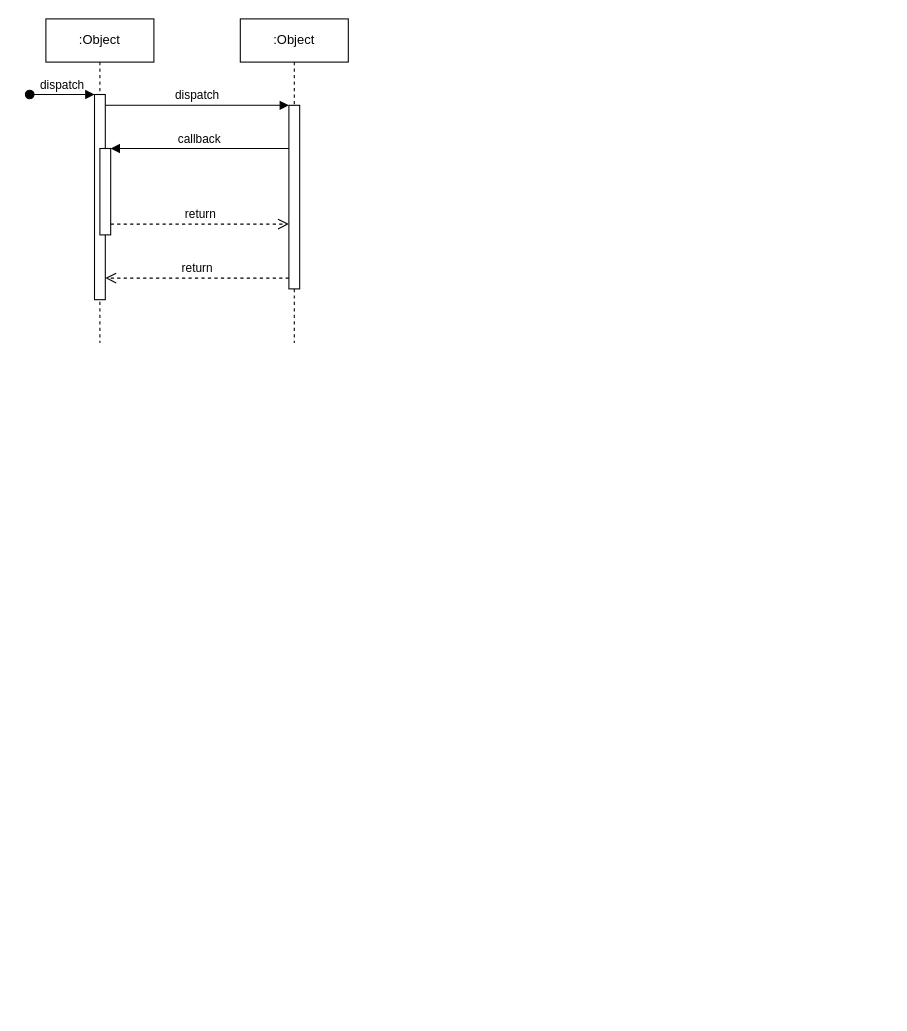
MasirikaConstantin/Projet_Mobile_L3LMD keeps this draw.io diagram as programmation_mobile.drawio. Above is the earlier version. Source tidied: cells renumbered, new cells numbered last; positions are measured from the earlier drawing's top-left corner, leaving out a move shared by most shapes. Both pictures are drawn from the tidied source at 108%, with x=0, y=0 at pixel (29, 18).
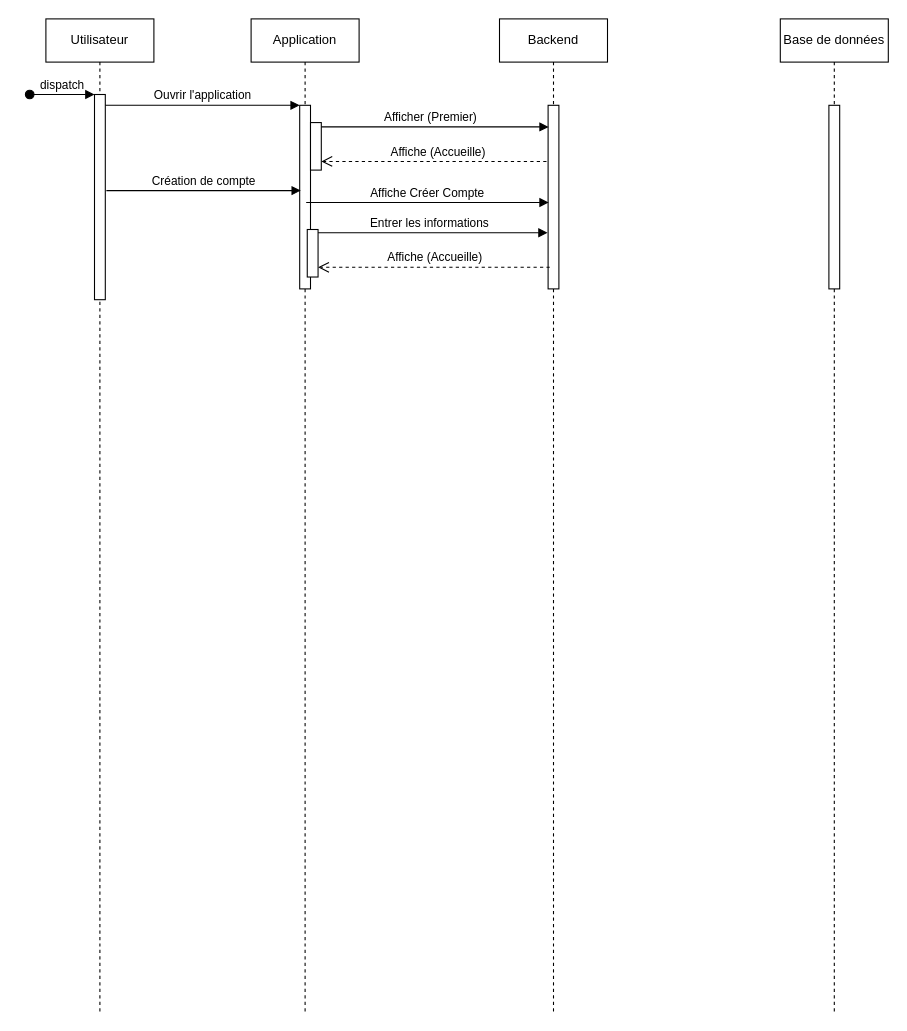
The same page after the edit.

Commit message (it also covers changes not shown here):
Mettre à jour programmation_mobile.drawio

Unchanged cells that the change refers to:
```xml
<mxCell id="3" style="html=1;points=[];perimeter=orthogonalPerimeter;outlineConnect=0;targetShapes=umlLifeline;portConstraint=eastwest;newEdgeStyle={&quot;edgeStyle&quot;:&quot;elbowEdgeStyle&quot;,&quot;elbow&quot;:&quot;vertical&quot;,&quot;curved&quot;:0,&quot;rounded&quot;:0};" parent="2" vertex="1">
  <mxGeometry x="45" y="70" width="10" height="190" as="geometry" />
</mxCell>
<mxCell id="7" style="html=1;points=[];perimeter=orthogonalPerimeter;outlineConnect=0;targetShapes=umlLifeline;portConstraint=eastwest;newEdgeStyle={&quot;edgeStyle&quot;:&quot;elbowEdgeStyle&quot;,&quot;elbow&quot;:&quot;vertical&quot;,&quot;curved&quot;:0,&quot;rounded&quot;:0};" parent="6" vertex="1">
  <mxGeometry x="45" y="80" width="10" height="170" as="geometry" />
</mxCell>
```

Diff of the diagram source:
```diff
@@
-    <mxCell id="2" value=":Object" style="shape=umlLifeline;perimeter=lifelinePerimeter;whiteSpace=wrap;html=1;newEdgeStyle={&quot;edgeStyle&quot;:&quot;elbowEdgeStyle&quot;,&quot;elbow&quot;:&quot;vertical&quot;,&quot;curved&quot;:0,&quot;rounded&quot;:0};" parent="1" vertex="1">
-      <mxGeometry x="15" width="100" height="300" as="geometry" />
+    <mxCell id="2" value="Utilisateur" style="shape=umlLifeline;perimeter=lifelinePerimeter;whiteSpace=wrap;html=1;newEdgeStyle={&quot;edgeStyle&quot;:&quot;elbowEdgeStyle&quot;,&quot;elbow&quot;:&quot;vertical&quot;,&quot;curved&quot;:0,&quot;rounded&quot;:0};" parent="1" vertex="1">
+      <mxGeometry x="15" width="100" height="920" as="geometry" />
     </mxCell>
@@
-    <mxCell id="5" style="html=1;points=[];perimeter=orthogonalPerimeter;outlineConnect=0;targetShapes=umlLifeline;portConstraint=eastwest;newEdgeStyle={&quot;edgeStyle&quot;:&quot;elbowEdgeStyle&quot;,&quot;elbow&quot;:&quot;vertical&quot;,&quot;curved&quot;:0,&quot;rounded&quot;:0};" parent="2" vertex="1">
-      <mxGeometry x="50" y="120" width="10" height="80" as="geometry" />
-    </mxCell>
-    <mxCell id="6" value=":Object" style="shape=umlLifeline;perimeter=lifelinePerimeter;whiteSpace=wrap;html=1;newEdgeStyle={&quot;edgeStyle&quot;:&quot;elbowEdgeStyle&quot;,&quot;elbow&quot;:&quot;vertical&quot;,&quot;curved&quot;:0,&quot;rounded&quot;:0};" parent="1" vertex="1">
-      <mxGeometry x="195" width="100" height="300" as="geometry" />
+    <mxCell id="6" value="&lt;div&gt;Application&lt;/div&gt;" style="shape=umlLifeline;perimeter=lifelinePerimeter;whiteSpace=wrap;html=1;newEdgeStyle={&quot;edgeStyle&quot;:&quot;elbowEdgeStyle&quot;,&quot;elbow&quot;:&quot;vertical&quot;,&quot;curved&quot;:0,&quot;rounded&quot;:0};" parent="1" vertex="1">
+      <mxGeometry x="205" width="100" height="920" as="geometry" />
     </mxCell>
@@
-    <mxCell id="8" value="dispatch" style="html=1;verticalAlign=bottom;endArrow=block;edgeStyle=elbowEdgeStyle;elbow=vertical;curved=0;rounded=0;" parent="1" edge="1" source="3" target="7">
+    <mxCell id="8" value="Ouvrir l'application" style="html=1;verticalAlign=bottom;endArrow=block;edgeStyle=elbowEdgeStyle;elbow=vertical;curved=0;rounded=0;" parent="1" edge="1" source="3" target="7">
       <mxGeometry relative="1" as="geometry">
         <Array as="points">
           <mxPoint x="155" y="80" />
         </Array>
       </mxGeometry>
     </mxCell>
-    <mxCell id="9" value="return" style="html=1;verticalAlign=bottom;endArrow=open;dashed=1;endSize=8;edgeStyle=elbowEdgeStyle;elbow=vertical;curved=0;rounded=0;" parent="1" edge="1" source="7" target="3">
+    <mxCell id="9" value="Affiche (Accueille)" style="html=1;verticalAlign=bottom;endArrow=open;dashed=1;endSize=8;edgeStyle=elbowEdgeStyle;elbow=vertical;curved=0;rounded=0;" parent="1" edge="1">
       <mxGeometry relative="1" as="geometry">
+        <mxPoint x="484.5" y="132" as="sourcePoint" />
+        <mxPoint x="270" y="132" as="targetPoint" />
         <Array as="points">
-          <mxPoint x="165" y="240" />
+          <mxPoint x="365" y="132" />
         </Array>
       </mxGeometry>
     </mxCell>
-    <mxCell id="10" value="callback" style="html=1;verticalAlign=bottom;endArrow=block;edgeStyle=elbowEdgeStyle;elbow=vertical;curved=0;rounded=0;" parent="1" edge="1" source="7" target="5">
-      <mxGeometry relative="1" as="geometry">
-        <Array as="points">
-          <mxPoint x="165" y="120" />
-        </Array>
-      </mxGeometry>
-    </mxCell>
-    <mxCell id="11" value="return" style="html=1;verticalAlign=bottom;endArrow=open;dashed=1;endSize=8;edgeStyle=elbowEdgeStyle;elbow=vertical;curved=0;rounded=0;" parent="1" edge="1" source="5" target="7">
-      <mxGeometry relative="1" as="geometry">
-        <Array as="points">
-          <mxPoint x="155" y="190" />
-        </Array>
-      </mxGeometry>
-    </mxCell>
+    <mxCell id="12" value="Backend " style="shape=umlLifeline;perimeter=lifelinePerimeter;whiteSpace=wrap;html=1;newEdgeStyle={&quot;edgeStyle&quot;:&quot;elbowEdgeStyle&quot;,&quot;elbow&quot;:&quot;vertical&quot;,&quot;curved&quot;:0,&quot;rounded&quot;:0};" parent="1" vertex="1">
+      <mxGeometry x="435" width="100" height="920" as="geometry" />
+    </mxCell>
+    <mxCell id="13" style="html=1;perimeter=orthogonalPerimeter;targetShapes=umlLifeline;newEdgeStyle={&quot;edgeStyle&quot;:&quot;elbowEdgeStyle&quot;,&quot;elbow&quot;:&quot;vertical&quot;,&quot;curved&quot;:0,&quot;rounded&quot;:0};" parent="12" vertex="1">
+      <mxGeometry x="45" y="80" width="10" height="170" as="geometry" />
+    </mxCell>
+    <mxCell id="14" value="&lt;div&gt;Base de données&lt;/div&gt;" style="shape=umlLifeline;perimeter=lifelinePerimeter;whiteSpace=wrap;html=1;newEdgeStyle={&quot;edgeStyle&quot;:&quot;elbowEdgeStyle&quot;,&quot;elbow&quot;:&quot;vertical&quot;,&quot;curved&quot;:0,&quot;rounded&quot;:0};" parent="1" vertex="1">
+      <mxGeometry x="695" width="100" height="920" as="geometry" />
+    </mxCell>
+    <mxCell id="15" style="html=1;perimeter=orthogonalPerimeter;targetShapes=umlLifeline;newEdgeStyle={&quot;edgeStyle&quot;:&quot;elbowEdgeStyle&quot;,&quot;elbow&quot;:&quot;vertical&quot;,&quot;curved&quot;:0,&quot;rounded&quot;:0};" parent="14" vertex="1">
+      <mxGeometry x="45" y="80" width="10" height="170" as="geometry" />
+    </mxCell>
+    <mxCell id="16" value="Afficher (Premier)" style="html=1;verticalAlign=bottom;endArrow=block;edgeStyle=elbowEdgeStyle;elbow=vertical;curved=0;rounded=0;" parent="1" edge="1">
+      <mxGeometry relative="1" as="geometry">
+        <mxPoint x="261" y="100" as="sourcePoint" />
+        <mxPoint x="480.5" y="100" as="targetPoint" />
+        <Array as="points">
+          <mxPoint x="336" y="100" />
+        </Array>
+      </mxGeometry>
+    </mxCell>
+    <mxCell id="17" style="html=1;perimeter=orthogonalPerimeter;targetShapes=umlLifeline;newEdgeStyle={&quot;edgeStyle&quot;:&quot;elbowEdgeStyle&quot;,&quot;elbow&quot;:&quot;vertical&quot;,&quot;curved&quot;:0,&quot;rounded&quot;:0};" parent="1" vertex="1">
+      <mxGeometry x="260" y="96" width="10" height="44" as="geometry" />
+    </mxCell>
+    <mxCell id="18" value="Création de compte" style="html=1;verticalAlign=bottom;endArrow=block;edgeStyle=elbowEdgeStyle;elbow=vertical;curved=0;rounded=0;" parent="1" edge="1">
+      <mxGeometry relative="1" as="geometry">
+        <mxPoint x="71" y="159" as="sourcePoint" />
+        <mxPoint x="251" y="159" as="targetPoint" />
+        <Array as="points">
+          <mxPoint x="156" y="159" />
+        </Array>
+      </mxGeometry>
+    </mxCell>
+    <mxCell id="19" value="&lt;div&gt;Affiche Créer Compte&lt;/div&gt;" style="html=1;verticalAlign=bottom;endArrow=block;edgeStyle=elbowEdgeStyle;elbow=vertical;curved=0;rounded=0;" parent="1" edge="1">
+      <mxGeometry relative="1" as="geometry">
+        <mxPoint x="256" y="170" as="sourcePoint" />
+        <mxPoint x="480.5" y="170" as="targetPoint" />
+        <Array as="points">
+          <mxPoint x="341" y="170" />
+        </Array>
+      </mxGeometry>
+    </mxCell>
+    <mxCell id="20" value="Entrer les informations " style="html=1;verticalAlign=bottom;endArrow=block;edgeStyle=elbowEdgeStyle;elbow=vertical;curved=0;rounded=0;" parent="1" edge="1">
+      <mxGeometry relative="1" as="geometry">
+        <mxPoint x="260" y="198" as="sourcePoint" />
+        <mxPoint x="479.5" y="198" as="targetPoint" />
+        <Array as="points">
+          <mxPoint x="335" y="198" />
+        </Array>
+      </mxGeometry>
+    </mxCell>
+    <mxCell id="21" value="Affiche (Accueille)" style="html=1;verticalAlign=bottom;endArrow=open;dashed=1;endSize=8;edgeStyle=elbowEdgeStyle;elbow=vertical;curved=0;rounded=0;" parent="1" edge="1">
+      <mxGeometry relative="1" as="geometry">
+        <mxPoint x="481.5" y="230" as="sourcePoint" />
+        <mxPoint x="267" y="230" as="targetPoint" />
+        <Array as="points">
+          <mxPoint x="362" y="230" />
+        </Array>
+      </mxGeometry>
+    </mxCell>
+    <mxCell id="22" style="html=1;perimeter=orthogonalPerimeter;targetShapes=umlLifeline;newEdgeStyle={&quot;edgeStyle&quot;:&quot;elbowEdgeStyle&quot;,&quot;elbow&quot;:&quot;vertical&quot;,&quot;curved&quot;:0,&quot;rounded&quot;:0};" parent="1" vertex="1">
+      <mxGeometry x="257" y="195" width="10" height="44" as="geometry" />
+    </mxCell>
```
